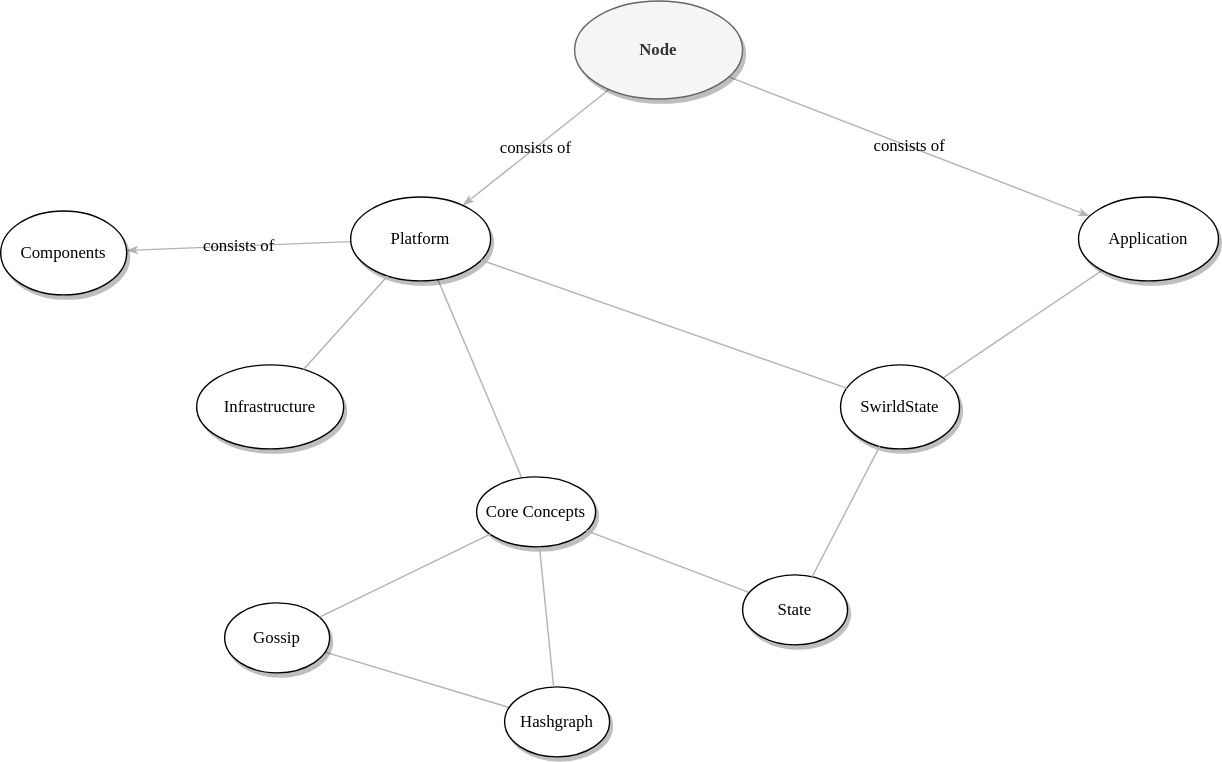
The draw.io diagram platform-sdk/docs/mindmap-node.drawio.svg in hashgraph/hedera-services, before a commit. Source tidied: cells renumbered, new cells last; positions are measured from the earlier drawing's top-left corner, leaving out a move shared by most shapes.
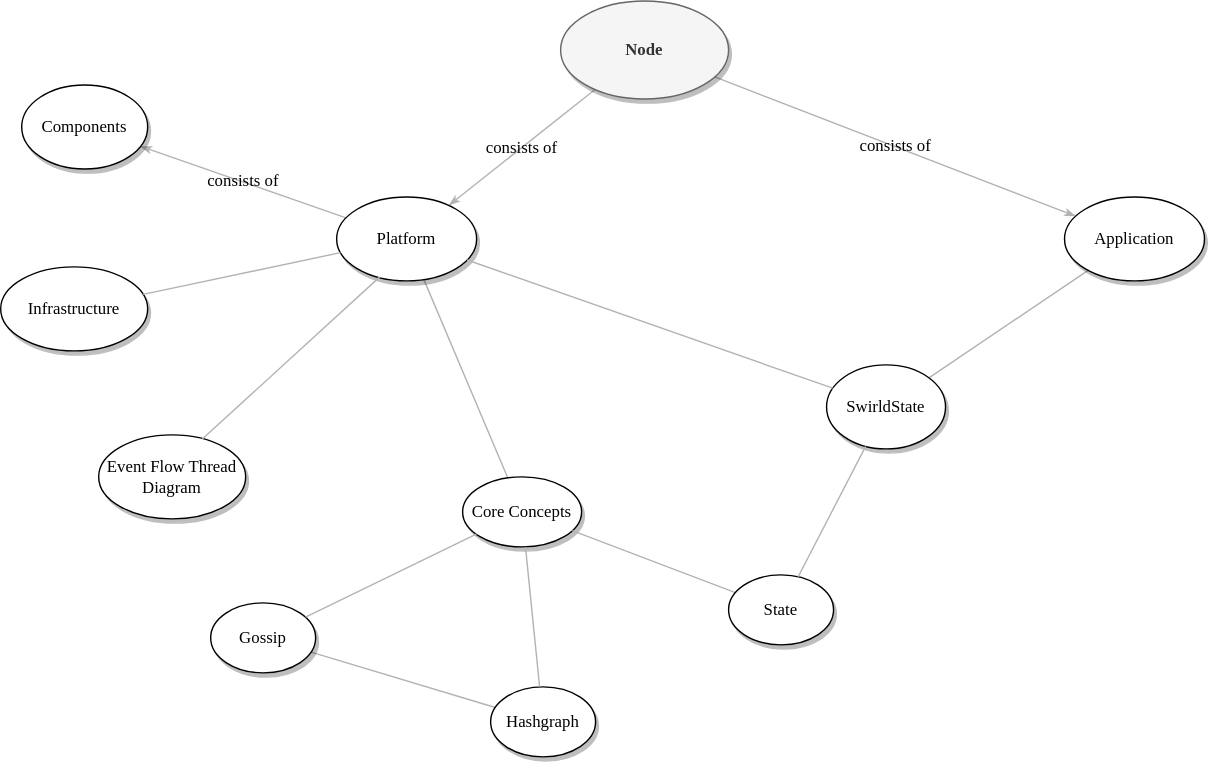
Above is the later version.

Commit message:
Add thread diagram to mindmap (#5489)

What changed in the source:
```diff
@@ -45,7 +45,7 @@
       <mxGeometry x="250" y="140" width="100" height="60" as="geometry" />
     </mxCell>
     <mxCell id="16" value="&lt;span&gt;Components&lt;/span&gt;" style="ellipse;whiteSpace=wrap;html=1;rounded=0;shadow=1;comic=0;labelBackgroundColor=none;strokeWidth=1;fontFamily=Verdana;fontSize=12;align=center;" parent="1" vertex="1">
-      <mxGeometry y="150" width="90" height="60" as="geometry" />
+      <mxGeometry x="25" y="60" width="90" height="60" as="geometry" />
     </mxCell>
     <mxCell id="17" value="&lt;span&gt;Hashgraph&lt;/span&gt;" style="ellipse;whiteSpace=wrap;html=1;rounded=0;shadow=1;comic=0;labelBackgroundColor=none;strokeWidth=1;fontFamily=Verdana;fontSize=12;align=center;" parent="1" vertex="1">
       <mxGeometry x="360" y="490" width="75" height="50" as="geometry" />
@@ -60,7 +60,7 @@
       <mxGeometry relative="1" as="geometry" />
     </mxCell>
     <mxCell id="21" value="&lt;span&gt;Infrastructure&lt;/span&gt;" style="ellipse;whiteSpace=wrap;html=1;rounded=0;shadow=1;comic=0;labelBackgroundColor=none;strokeWidth=1;fontFamily=Verdana;fontSize=12;align=center;" parent="1" vertex="1">
-      <mxGeometry x="140" y="260" width="105" height="60" as="geometry" />
+      <mxGeometry x="10" y="190" width="105" height="60" as="geometry" />
     </mxCell>
     <mxCell id="22" style="edgeStyle=none;rounded=1;html=1;labelBackgroundColor=none;startArrow=none;startFill=0;startSize=5;endArrow=none;endFill=0;endSize=5;jettySize=auto;strokeColor=#B3B3B3;strokeWidth=1;fontFamily=Verdana;fontSize=12;" parent="1" edge="1" source="15" target="21">
       <mxGeometry relative="1" as="geometry" />
@@ -68,5 +68,11 @@
     <mxCell id="23" style="edgeStyle=none;rounded=1;html=1;labelBackgroundColor=none;startArrow=none;startFill=0;startSize=5;endArrow=none;endFill=0;endSize=5;jettySize=auto;strokeColor=#B3B3B3;strokeWidth=1;fontFamily=Verdana;fontSize=12;" parent="1" edge="1" source="11" target="9">
       <mxGeometry relative="1" as="geometry" />
     </mxCell>
+    <mxCell id="24" value="&lt;span&gt;Event Flow Thread Diagram&lt;/span&gt;" style="ellipse;whiteSpace=wrap;html=1;rounded=0;shadow=1;comic=0;labelBackgroundColor=none;strokeWidth=1;fontFamily=Verdana;fontSize=12;align=center;" parent="1" vertex="1">
+      <mxGeometry x="80" y="310" width="105" height="60" as="geometry" />
+    </mxCell>
+    <mxCell id="25" style="edgeStyle=none;rounded=1;html=1;labelBackgroundColor=none;startArrow=none;startFill=0;startSize=5;endArrow=none;endFill=0;endSize=5;jettySize=auto;strokeColor=#B3B3B3;strokeWidth=1;fontFamily=Verdana;fontSize=12;exitX=0.308;exitY=0.952;exitDx=0;exitDy=0;exitPerimeter=0;entryX=0.703;entryY=0.053;entryDx=0;entryDy=0;entryPerimeter=0;" parent="1" edge="1" source="15" target="24">
+      <mxGeometry relative="1" as="geometry" />
+    </mxCell>
   </root>
 </mxGraphModel>
```
